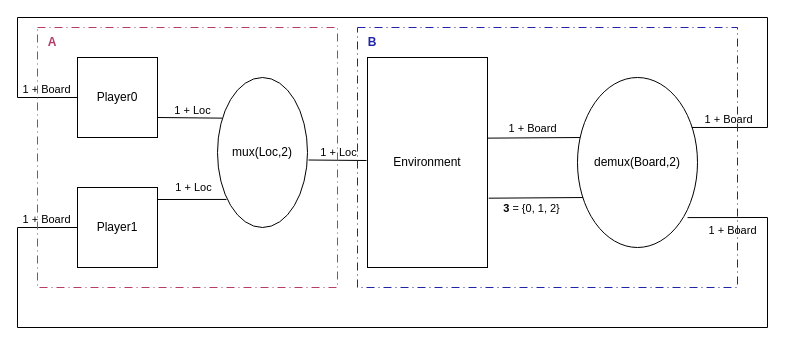
Earlier version of the draw.io diagram assets/images/gameloop/tictactoe-full-ab.drawio (kevinclancy/kevinclancy.github.io). Source tidied: cells renumbered, new cells numbered last; positions are measured from the earlier drawing's top-left corner, leaving out a move shared by most shapes. Both pictures are drawn from the tidied source at 100%, with x=0, y=0 at pixel (17, 17).
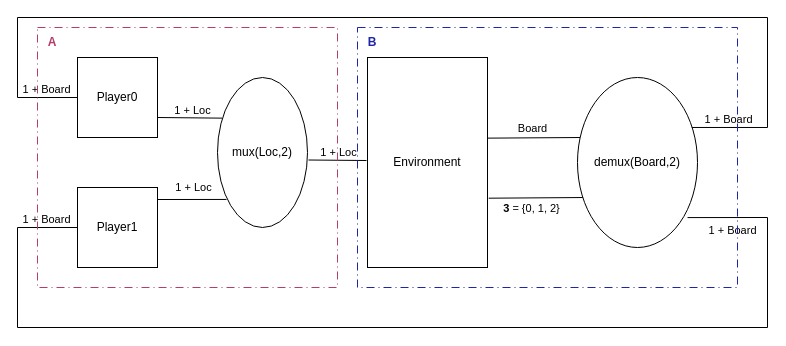
After the change.

The change refers to these unchanged cells:
```xml
<mxCell id="12" style="endArrow=none;html=1;rounded=0;exitX=1.003;exitY=0.384;exitDx=0;exitDy=0;exitPerimeter=0;entryX=0.038;entryY=0.353;entryDx=0;entryDy=0;entryPerimeter=0;" parent="1" edge="1" source="9" target="16">
  <mxGeometry relative="1" as="geometry" />
</mxCell>
```

Change to the diagram source:
```diff
@@
-    <mxCell id="13" value="1 + Board" style="edgeLabel;html=1;align=center;verticalAlign=bottom;labelPosition=center;verticalLabelPosition=top;" parent="12" vertex="1">
+    <mxCell id="13" value="Board" style="edgeLabel;html=1;align=center;verticalAlign=bottom;labelPosition=center;verticalLabelPosition=top;" parent="12" vertex="1">
       <mxGeometry x="-0.06" y="-2" relative="1" as="geometry">
         <mxPoint y="-3" as="offset" />
       </mxGeometry>
     </mxCell>
```
